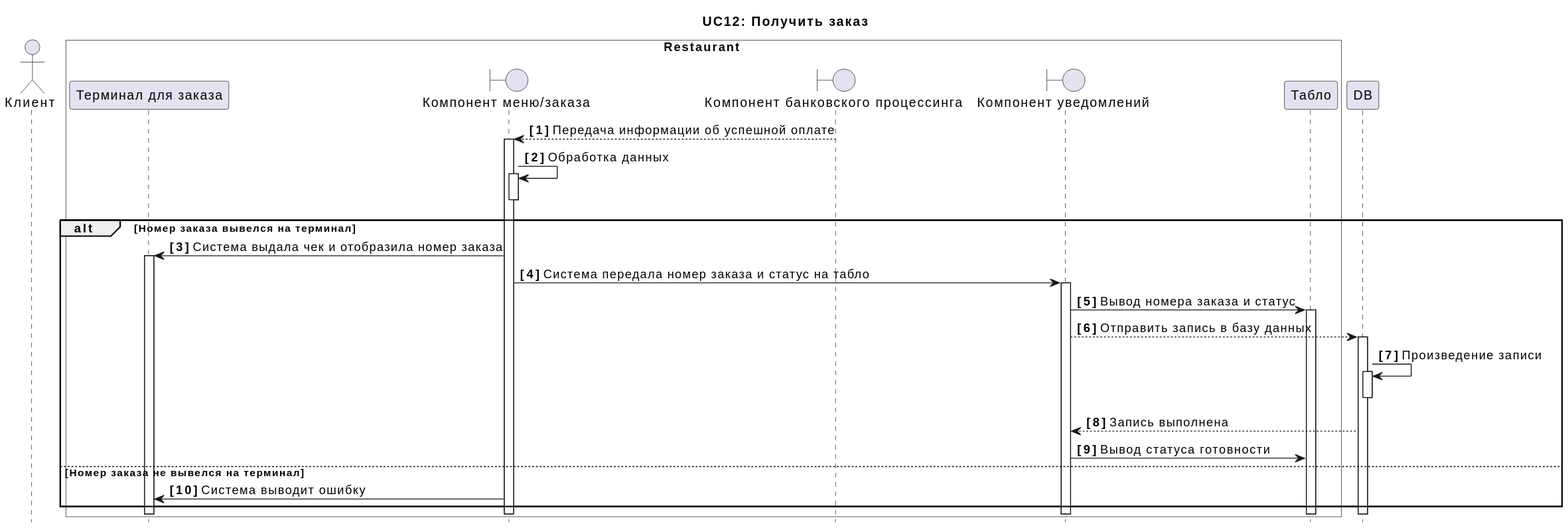
Before: docs/diagrams/include/UC12.svg, a diagram exported from PlantUML (xxx996/OTUS_Restaraunt).
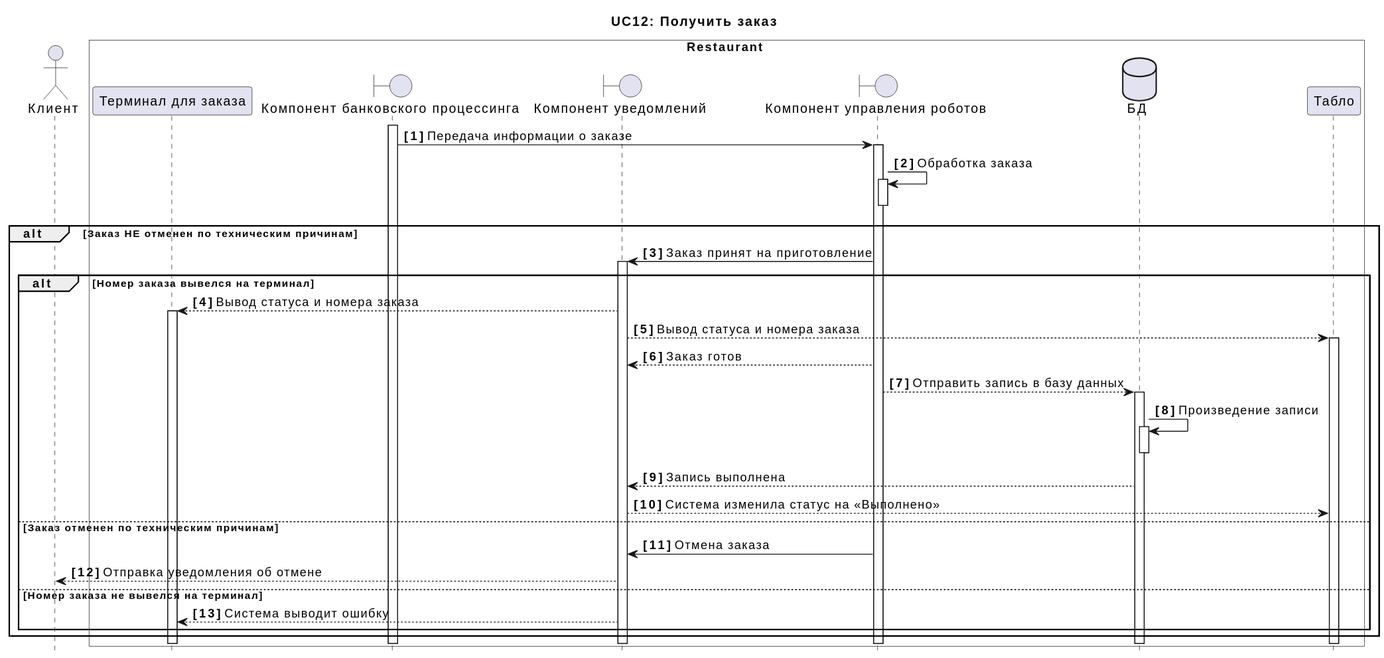
After the change.

Diff of the diagram source:
```diff
@@ -3,36 +3,41 @@
 title UC12: Получить заказ
 box Restaurant #Transparent
 participant  "Терминал для заказа" as A
-boundary "Компонент меню/заказа" as F
 boundary "Компонент банковского процессинга" as B
 boundary "Компонент уведомлений" as U
+boundary "Компонент управления роботов" as R
+dataBase "БД" as DB
 participant "Табло" as D
 end box
 hide footbox
 autonumber "<b>[0]"
 
-B --> F++:  Передача информации об успешной оплате
-F -> F++:  Обработка данных
-F--
+B++
+B -> R++:  Передача информации о заказе
+R -> R++: Обработка заказа
+R--
+alt Заказ НЕ отменен по техническим причинам
+R -> U++:  Заказ принят на приготовление
 
 alt Номер заказа вывелся на терминал
-
-F -> A++:  Система выдала чек и отобразила номер заказа
-
-F -> U++:  Система передала номер заказа и статус на табло
-U -> D++:  Вывод номера заказа и статус
-
-U --> DB++:  Отправить запись в базу данных
+U --> A++:  Вывод статуса и номера заказа
+U --> D++:  Вывод статуса и номера заказа
+R --> U:  Заказ готов
+R --> DB++:  Отправить запись в базу данных
 DB -> DB++: Произведение записи
 DB--
 DB --> U: Запись выполнена
+U --> D: Система изменила статус на «Выполнено»
 
-U -> D:  Вывод статуса готовности
+else Заказ отменен по техническим причинам
+
+R -> U:  Отмена заказа
+U --> C: Отправка уведомления об отмене
 
 else Номер заказа не вывелся на терминал
 
-F -> A:  Система выводит ошибку
-
+U --> A:  Система выводит ошибку
 
 end
+end
 @enduml
```
